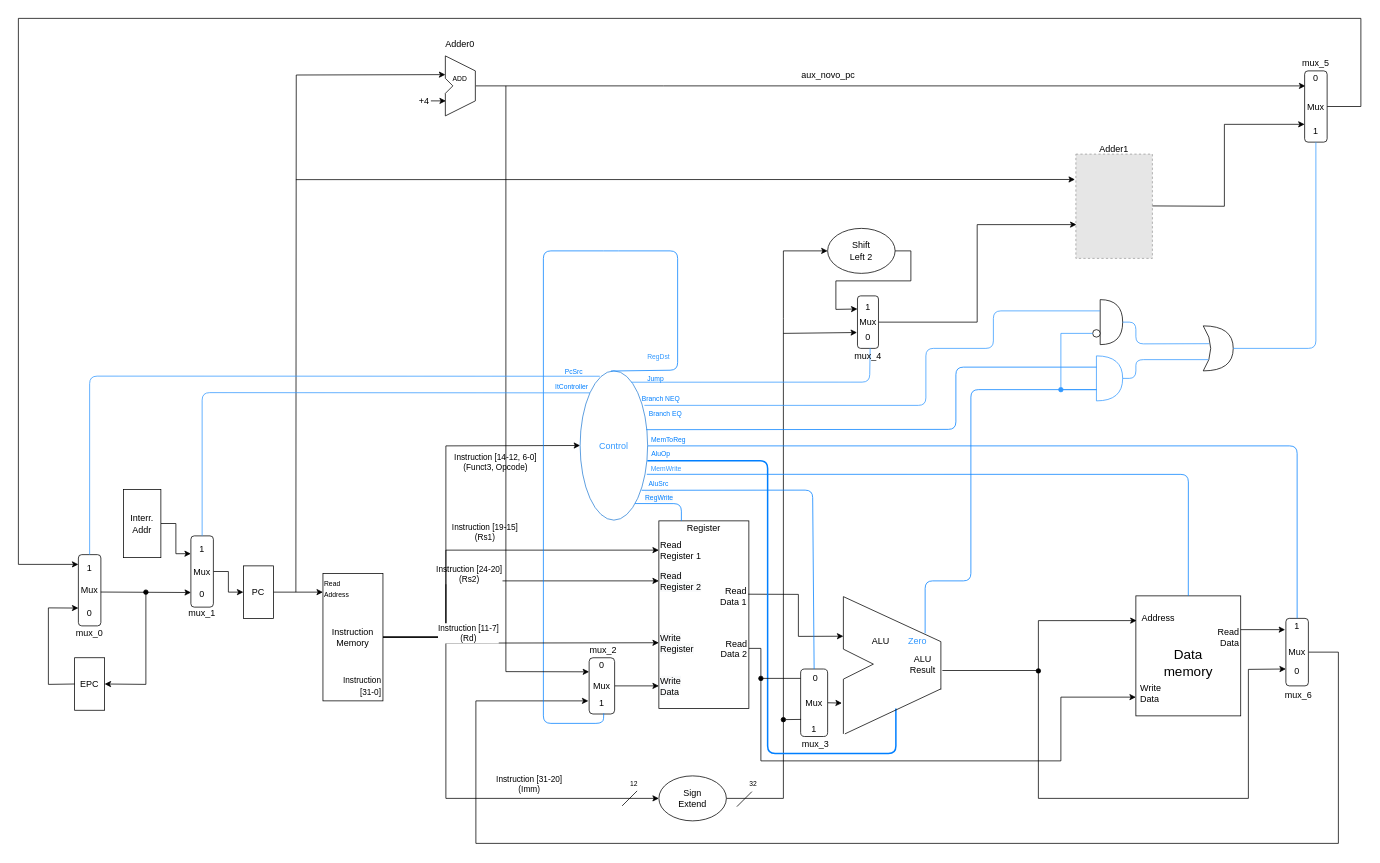
The draw.io diagram Entrega 3/DataPath - Guilherme, Matheus e Thiago (V2).drawio in guiguitz/dedicated-processor, before the edit. Source tidied: cells renumbered, new cells numbered last; positions are measured from the earlier drawing's top-left corner, leaving out a move shared by most shapes. Both pictures are drawn from the tidied source at 75%, with x=0, y=0 at pixel (18, 18). Pictures stored in the file or linked from it are replaced by grey dashed boxes.
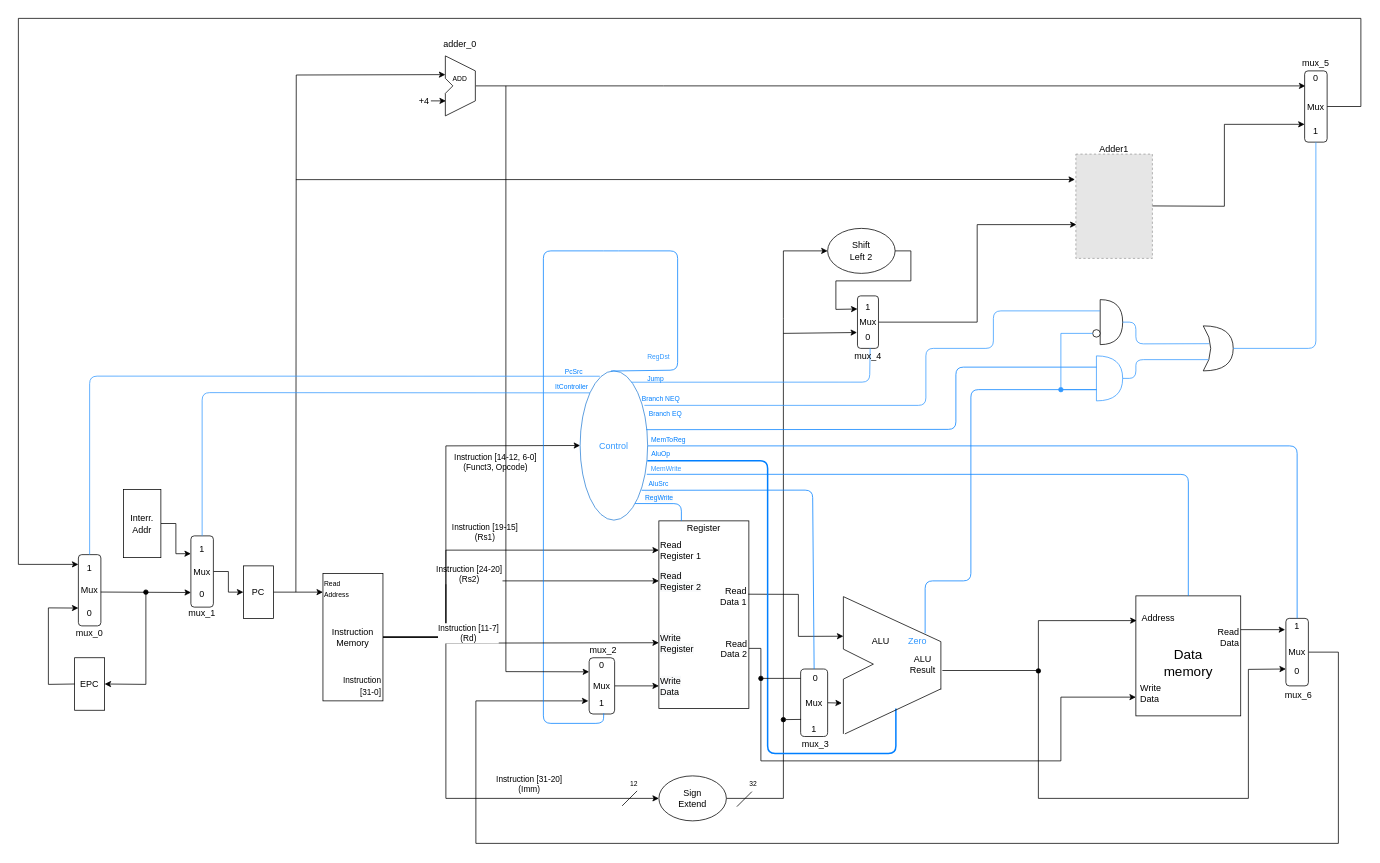
The same page after the edit.

Change to the diagram source:
```diff
@@
-    <mxCell id="141" value="Adder0" style="text;html=1;strokeColor=none;fillColor=none;align=center;verticalAlign=middle;whiteSpace=wrap;rounded=0;" parent="1" vertex="1">
+    <mxCell id="141" value="adder_0" style="text;html=1;strokeColor=none;fillColor=none;align=center;verticalAlign=middle;whiteSpace=wrap;rounded=0;" parent="1" vertex="1">
       <mxGeometry x="569.3" y="24" width="40" height="20" as="geometry" />
     </mxCell>
@@
-    <mxCell id="143" value="aux_novo_pc" style="text;html=1;strokeColor=none;fillColor=none;align=center;verticalAlign=middle;whiteSpace=wrap;rounded=0;" parent="1" vertex="1">
-      <mxGeometry x="1060" y="66" width="40" height="20" as="geometry" />
-    </mxCell>
```
